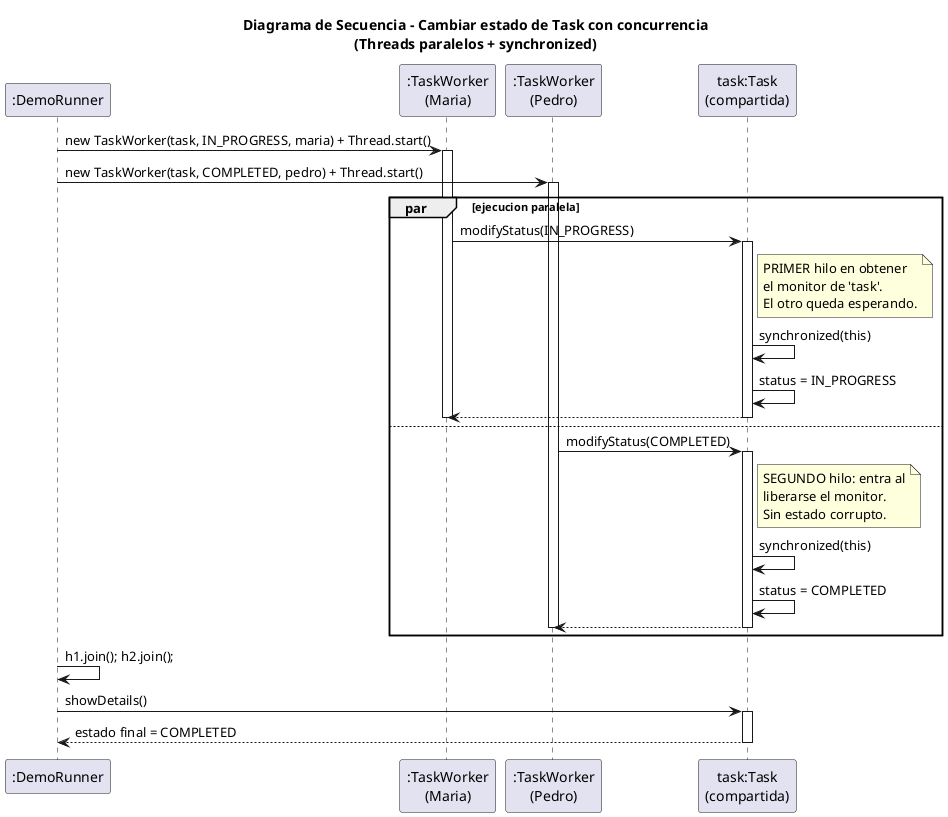
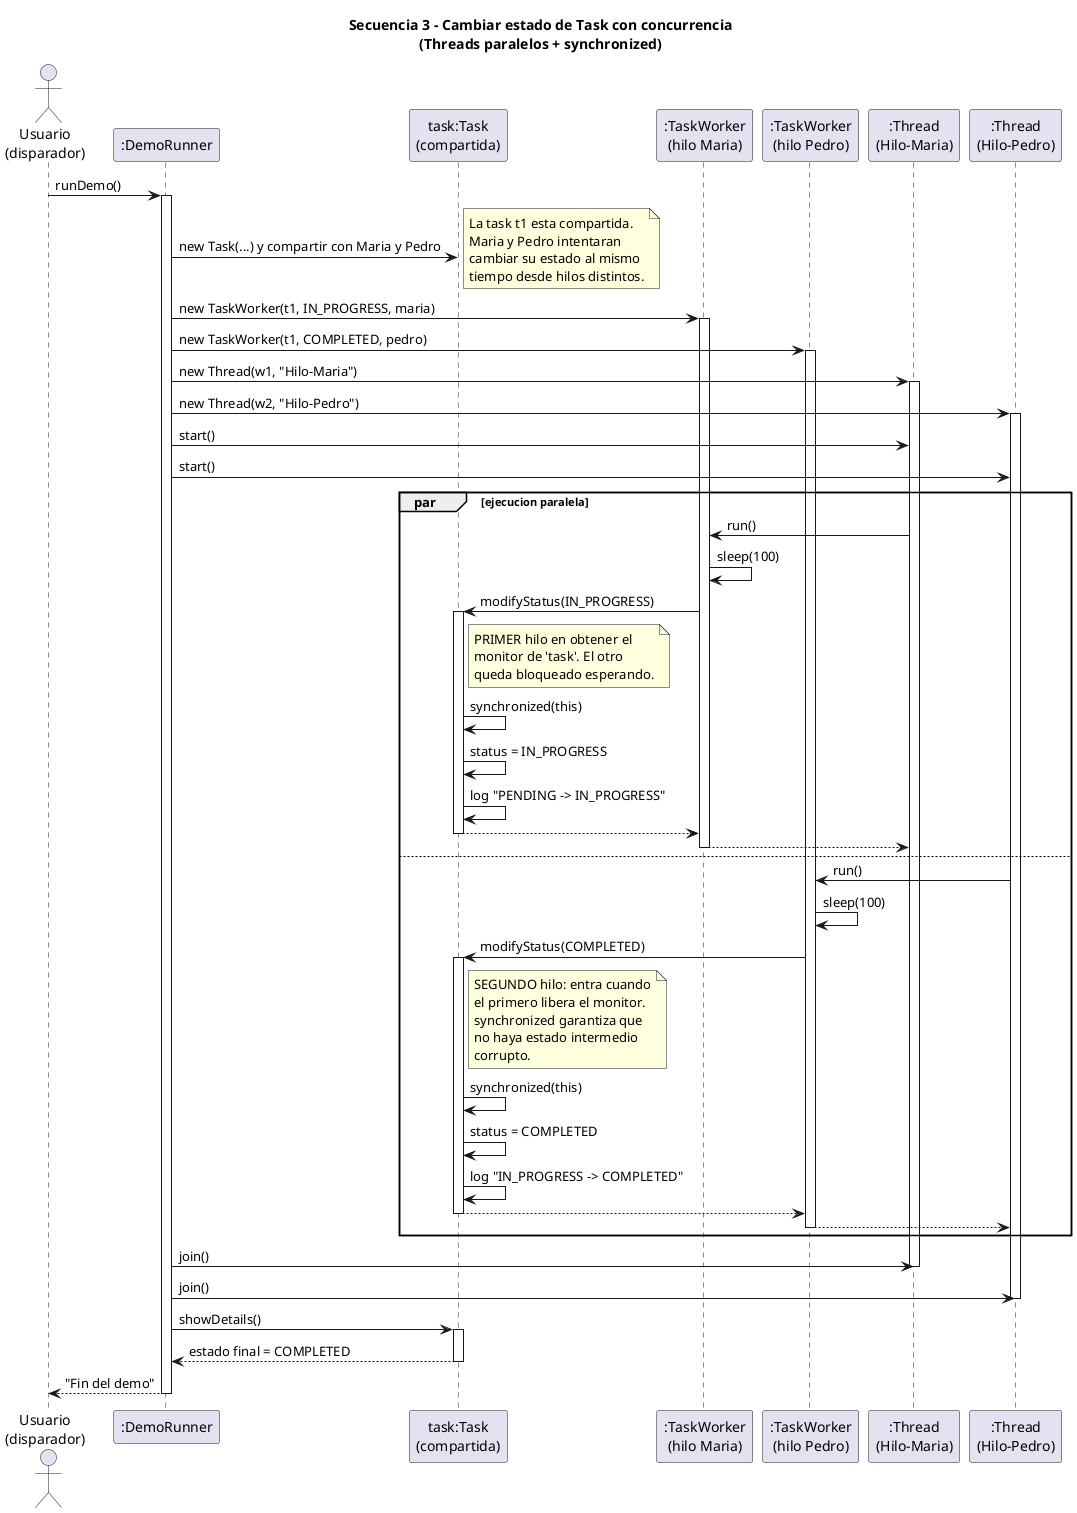
@startuml SecuenciaCambiarEstado
- title Diagrama de Secuencia - Cambiar estado de Task con concurrencia\n(Threads paralelos + synchronized)
+ title Secuencia 3 - Cambiar estado de Task con concurrencia\n(Threads paralelos + synchronized)

+ actor "Usuario\n(disparador)" as U
participant ":DemoRunner" as demo
- participant ":TaskWorker\n(Maria)" as w1
- participant ":TaskWorker\n(Pedro)" as w2
participant "task:Task\n(compartida)" as task
+ participant ":TaskWorker\n(hilo Maria)" as w1
+ participant ":TaskWorker\n(hilo Pedro)" as w2
+ participant ":Thread\n(Hilo-Maria)" as t1
+ participant ":Thread\n(Hilo-Pedro)" as t2

- demo -> w1 : new TaskWorker(task, IN_PROGRESS, maria) + Thread.start()
+ U -> demo : runDemo()
+ activate demo
+ 
+ demo -> task : new Task(...) y compartir con Maria y Pedro
+ note right
+   La task t1 esta compartida.
+   Maria y Pedro intentaran
+   cambiar su estado al mismo
+   tiempo desde hilos distintos.
+ end note
+ 
+ demo -> w1 : new TaskWorker(t1, IN_PROGRESS, maria)
activate w1
- demo -> w2 : new TaskWorker(task, COMPLETED, pedro) + Thread.start()
+ demo -> w2 : new TaskWorker(t1, COMPLETED, pedro)
activate w2

+ demo -> t1 : new Thread(w1, "Hilo-Maria")
+ activate t1
+ demo -> t2 : new Thread(w2, "Hilo-Pedro")
+ activate t2
+ 
+ ' === ARRANQUE DE LOS HILOS ===
+ demo -> t1 : start()
+ demo -> t2 : start()
+ 
+ ' === EJECUCION CONCURRENTE ===
par ejecucion paralela
+   t1 -> w1 : run()
+   w1 -> w1 : sleep(100)
  w1 -> task : modifyStatus(IN_PROGRESS)
  activate task
  note right of task
-     PRIMER hilo en obtener
-     el monitor de 'task'.
-     El otro queda esperando.
+     PRIMER hilo en obtener el
+     monitor de 'task'. El otro
+     queda bloqueado esperando.
  end note
  task -> task : synchronized(this)
  task -> task : status = IN_PROGRESS
+   task -> task : log "PENDING -> IN_PROGRESS"
  task --> w1
  deactivate task
+   w1 --> t1
  deactivate w1
else
+   t2 -> w2 : run()
+   w2 -> w2 : sleep(100)
  w2 -> task : modifyStatus(COMPLETED)
  activate task
  note right of task
-     SEGUNDO hilo: entra al
-     liberarse el monitor.
-     Sin estado corrupto.
+     SEGUNDO hilo: entra cuando
+     el primero libera el monitor.
+     synchronized garantiza que
+     no haya estado intermedio
+     corrupto.
  end note
  task -> task : synchronized(this)
  task -> task : status = COMPLETED
+   task -> task : log "IN_PROGRESS -> COMPLETED"
  task --> w2
  deactivate task
+   w2 --> t2
  deactivate w2
end

- demo -> demo : h1.join(); h2.join();
+ demo -> t1 : join()
+ deactivate t1
+ demo -> t2 : join()
+ deactivate t2
+ 
demo -> task : showDetails()
activate task
task --> demo : estado final = COMPLETED
deactivate task

+ demo --> U : "Fin del demo"
+ deactivate demo
+ 
@enduml
